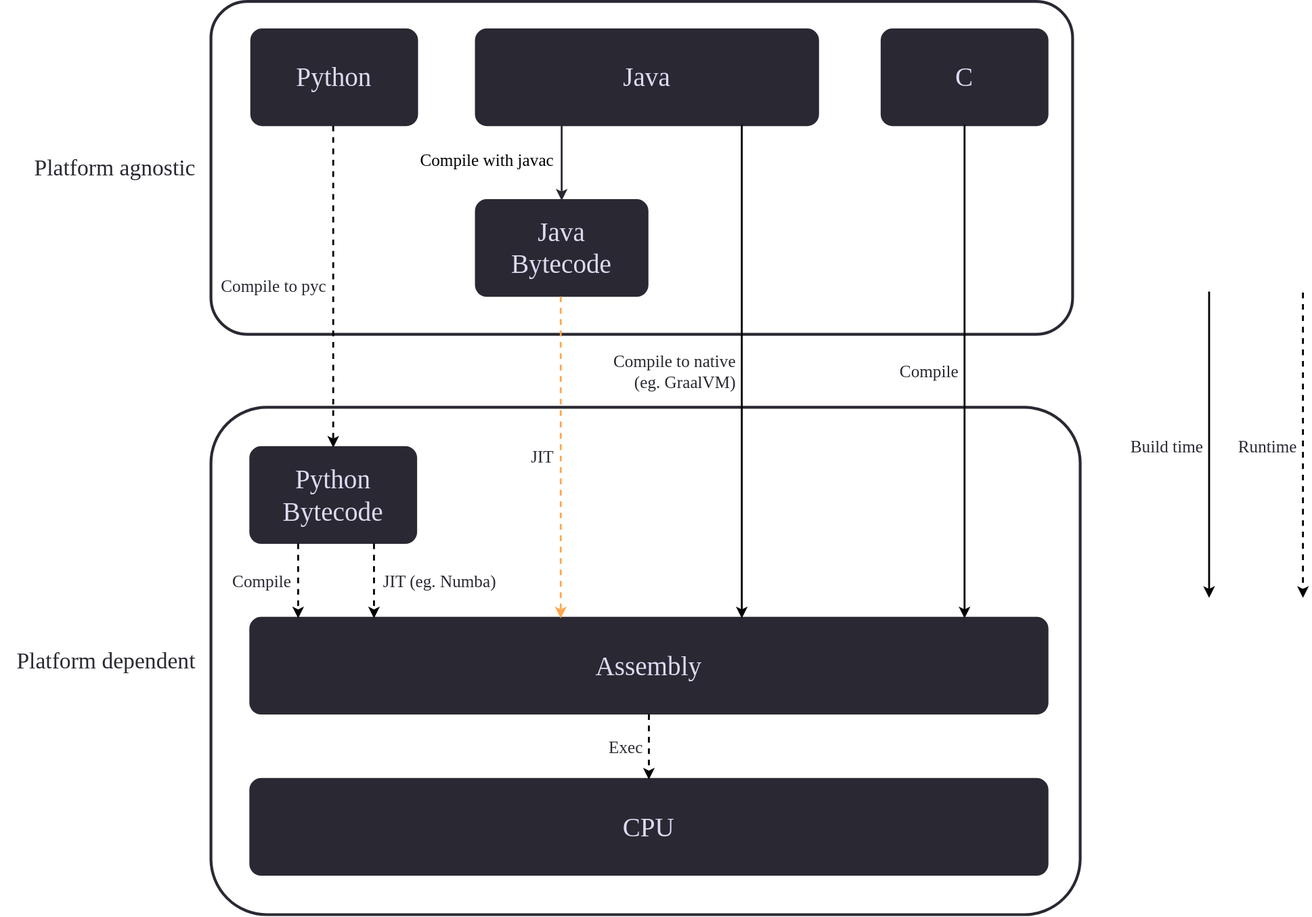
Above: static/images/blog/just-in-time-exec.svg in sysagnostic/website (draw.io), before the change. Source tidied: cells renumbered, new cells last; positions are measured from the earlier drawing's top-left corner, leaving out a move shared by most shapes.
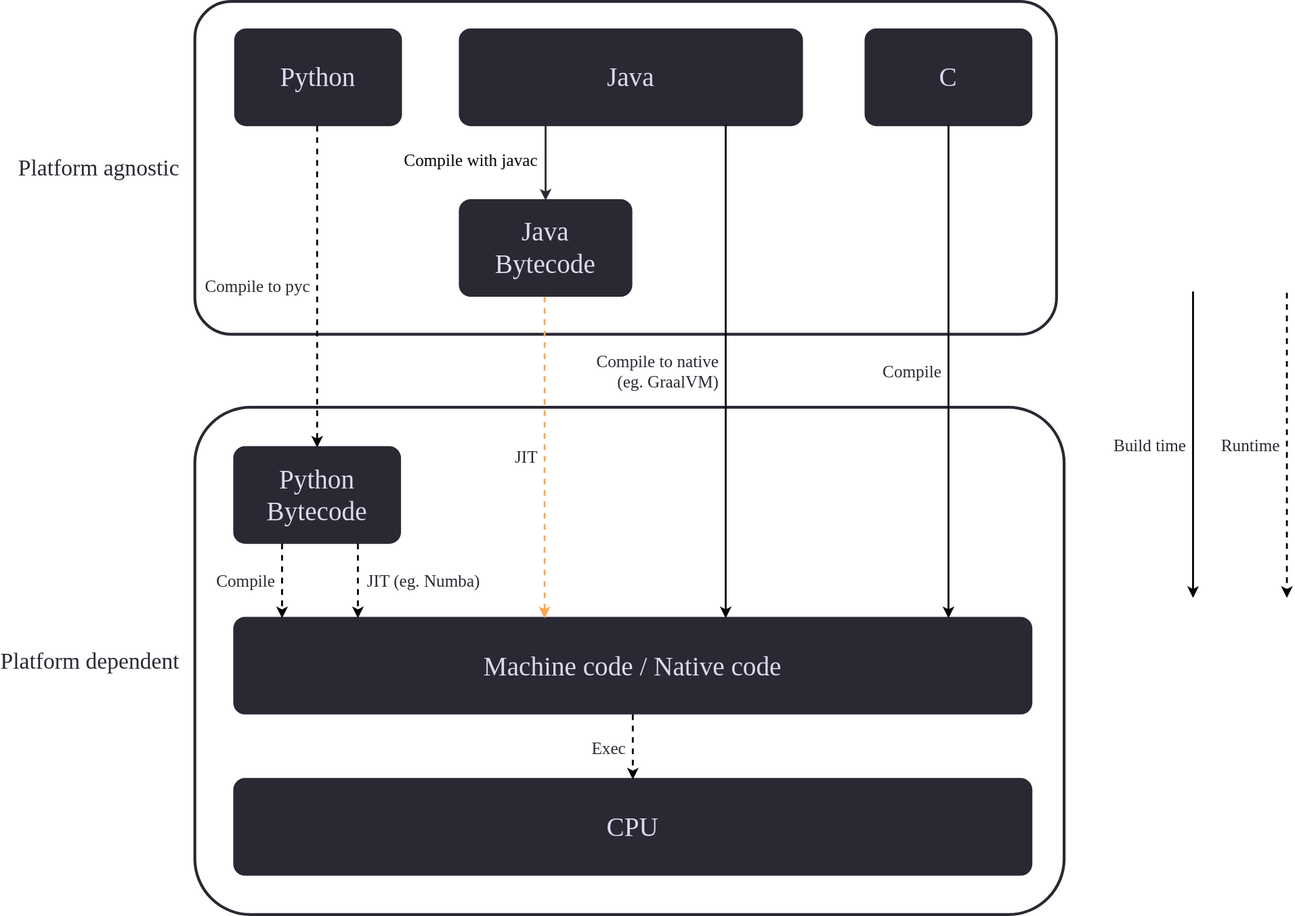
The same file after the commit.

Commit message:
Fix text color

What changed in the source:
```diff
@@ -5,10 +5,10 @@
     <mxCell id="2" value="Platform dependent" style="rounded=1;whiteSpace=wrap;html=1;shadow=0;comic=0;strokeColor=light-dark(#2A2933,#9A8DD9);strokeWidth=3;fillColor=none;fontFamily=Quattrocento Sans;fontSize=24;fontColor=light-dark(#2A2933,#DEDAF2);align=right;arcSize=11;verticalAlign=middle;labelPosition=left;verticalLabelPosition=middle;labelBorderColor=none;horizontal=1;spacing=16;labelBackgroundColor=none;textShadow=0;fontSource=https%3A%2F%2Ffonts.googleapis.com%2Fcss%3Ffamily%3DQuattrocento%2BSans;" parent="1" vertex="1">
       <mxGeometry y="428" width="917" height="535" as="geometry" />
     </mxCell>
-    <mxCell id="3" value="CPU" style="rounded=1;whiteSpace=wrap;html=1;shadow=0;comic=0;strokeColor=light-dark(#2A2933,#9A8DD9);strokeWidth=3;fillColor=light-dark(#2A2933,#DEDAF2);fontFamily=Quattrocento Sans;fontSize=28;fontColor=#DEDAF2;align=center;arcSize=11;verticalAlign=middle;labelPosition=center;verticalLabelPosition=middle;labelBorderColor=none;horizontal=1;spacing=16;labelBackgroundColor=none;textShadow=0;fontSource=https%3A%2F%2Ffonts.googleapis.com%2Fcss%3Ffamily%3DQuattrocento%2BSans;" parent="2" vertex="1">
+    <mxCell id="3" value="CPU" style="rounded=1;whiteSpace=wrap;html=1;shadow=0;comic=0;strokeColor=light-dark(#2A2933,#9A8DD9);strokeWidth=3;fillColor=light-dark(#2A2933,#DEDAF2);fontFamily=Quattrocento Sans;fontSize=28;fontColor=light-dark(#DEDAF2,#2A2933);align=center;arcSize=11;verticalAlign=middle;labelPosition=center;verticalLabelPosition=middle;labelBorderColor=none;horizontal=1;spacing=16;labelBackgroundColor=none;textShadow=0;fontSource=https%3A%2F%2Ffonts.googleapis.com%2Fcss%3Ffamily%3DQuattrocento%2BSans;" parent="2" vertex="1">
       <mxGeometry x="42" y="392.5" width="840" height="100" as="geometry" />
     </mxCell>
-    <mxCell id="4" value="Assembly" style="rounded=1;whiteSpace=wrap;html=1;shadow=0;comic=0;strokeColor=light-dark(#2A2933,#9A8DD9);strokeWidth=3;fillColor=light-dark(#2A2933,#DEDAF2);fontFamily=Quattrocento Sans;fontSize=28;fontColor=#DEDAF2;align=center;arcSize=11;verticalAlign=middle;labelPosition=center;verticalLabelPosition=middle;labelBorderColor=none;horizontal=1;spacing=16;labelBackgroundColor=none;textShadow=0;fontSource=https%3A%2F%2Ffonts.googleapis.com%2Fcss%3Ffamily%3DQuattrocento%2BSans;" parent="2" vertex="1">
+    <mxCell id="4" value="Machine code / Native code" style="rounded=1;whiteSpace=wrap;html=1;shadow=0;comic=0;strokeColor=light-dark(#2A2933,#9A8DD9);strokeWidth=3;fillColor=light-dark(#2A2933,#DEDAF2);fontFamily=Quattrocento Sans;fontSize=28;fontColor=light-dark(#DEDAF2,#2A2933);align=center;arcSize=11;verticalAlign=middle;labelPosition=center;verticalLabelPosition=middle;labelBorderColor=none;horizontal=1;spacing=16;labelBackgroundColor=none;textShadow=0;fontSource=https%3A%2F%2Ffonts.googleapis.com%2Fcss%3Ffamily%3DQuattrocento%2BSans;" parent="2" vertex="1">
       <mxGeometry x="42" y="222.5" width="840" height="100" as="geometry" />
     </mxCell>
     <mxCell id="5" style="edgeStyle=orthogonalEdgeStyle;rounded=0;jettySize=auto;html=1;dashed=1;flowAnimation=1;strokeWidth=2;strokeColor=light-dark(#000000,#DEDAF2);fontFamily=Quattrocento Sans;fontSource=https%3A%2F%2Ffonts.googleapis.com%2Fcss%3Ffamily%3DQuattrocento%2BSans;" parent="2" edge="1" source="4" target="3">
@@ -17,7 +17,7 @@
     <mxCell id="6" value="Exec" style="edgeLabel;html=1;align=right;verticalAlign=middle;labelBackgroundColor=none;labelPosition=left;verticalLabelPosition=middle;fontColor=light-dark(#2A2933,#DEDAF2);fontSize=18;spacing=10;fontFamily=Quattrocento Sans;fontSource=https%3A%2F%2Ffonts.googleapis.com%2Fcss%3Ffamily%3DQuattrocento%2BSans;" parent="5" vertex="1">
       <mxGeometry relative="1" as="geometry" />
     </mxCell>
-    <mxCell id="7" value="Python Bytecode" style="rounded=1;whiteSpace=wrap;html=1;shadow=0;comic=0;strokeColor=light-dark(#2A2933,#9A8DD9);strokeWidth=3;fillColor=light-dark(#2A2933,#DEDAF2);fontFamily=Quattrocento Sans;fontSize=28;fontColor=#DEDAF2;align=center;arcSize=11;verticalAlign=middle;labelPosition=center;verticalLabelPosition=middle;labelBorderColor=none;horizontal=1;spacing=16;labelBackgroundColor=none;textShadow=0;rotation=0;fontSource=https%3A%2F%2Ffonts.googleapis.com%2Fcss%3Ffamily%3DQuattrocento%2BSans;" parent="2" vertex="1">
+    <mxCell id="7" value="Python Bytecode" style="rounded=1;whiteSpace=wrap;html=1;shadow=0;comic=0;strokeColor=light-dark(#2A2933,#9A8DD9);strokeWidth=3;fillColor=light-dark(#2A2933,#DEDAF2);fontFamily=Quattrocento Sans;fontSize=28;fontColor=light-dark(#DEDAF2,#2A2933);align=center;arcSize=11;verticalAlign=middle;labelPosition=center;verticalLabelPosition=middle;labelBorderColor=none;horizontal=1;spacing=16;labelBackgroundColor=none;textShadow=0;rotation=0;fontSource=https%3A%2F%2Ffonts.googleapis.com%2Fcss%3Ffamily%3DQuattrocento%2BSans;" parent="2" vertex="1">
       <mxGeometry x="42" y="42.5" width="174" height="100" as="geometry" />
     </mxCell>
     <mxCell id="8" style="edgeStyle=orthogonalEdgeStyle;rounded=0;jettySize=auto;html=1;flowAnimation=1;dashed=1;fontColor=#DEDAF2;strokeColor=light-dark(#000000,#DEDAF2);strokeWidth=2;fontFamily=Quattrocento Sans;fontSource=https%3A%2F%2Ffonts.googleapis.com%2Fcss%3Ffamily%3DQuattrocento%2BSans;" parent="2" edge="1" source="7" target="4">
@@ -45,13 +45,13 @@
     <mxCell id="12" value="Platform agnostic" style="rounded=1;whiteSpace=wrap;html=1;shadow=0;comic=0;strokeColor=light-dark(#2A2933,#9A8DD9);strokeWidth=3;fillColor=none;fontFamily=Quattrocento Sans;fontSize=24;fontColor=light-dark(#2A2933,#DEDAF2);align=right;arcSize=11;verticalAlign=middle;labelPosition=left;verticalLabelPosition=middle;labelBorderColor=none;horizontal=1;spacing=16;labelBackgroundColor=none;textShadow=0;fontSource=https%3A%2F%2Ffonts.googleapis.com%2Fcss%3Ffamily%3DQuattrocento%2BSans;" parent="1" vertex="1">
       <mxGeometry width="909" height="351" as="geometry" />
     </mxCell>
-    <mxCell id="13" value="Java Bytecode" style="rounded=1;whiteSpace=wrap;html=1;shadow=0;comic=0;strokeColor=light-dark(#2A2933,#9A8DD9);strokeWidth=3;fillColor=light-dark(#2A2933,#DEDAF2);fontFamily=Quattrocento Sans;fontSize=28;fontColor=#DEDAF2;align=center;arcSize=11;verticalAlign=middle;labelPosition=center;verticalLabelPosition=middle;labelBorderColor=none;horizontal=1;spacing=16;labelBackgroundColor=none;textShadow=0;rotation=0;fontSource=https%3A%2F%2Ffonts.googleapis.com%2Fcss%3Ffamily%3DQuattrocento%2BSans;" parent="12" vertex="1">
+    <mxCell id="13" value="Java Bytecode" style="rounded=1;whiteSpace=wrap;html=1;shadow=0;comic=0;strokeColor=light-dark(#2A2933,#9A8DD9);strokeWidth=3;fillColor=light-dark(#2A2933,#DEDAF2);fontFamily=Quattrocento Sans;fontSize=28;fontColor=light-dark(#DEDAF2,#2A2933);align=center;arcSize=11;verticalAlign=middle;labelPosition=center;verticalLabelPosition=middle;labelBorderColor=none;horizontal=1;spacing=16;labelBackgroundColor=none;textShadow=0;rotation=0;fontSource=https%3A%2F%2Ffonts.googleapis.com%2Fcss%3Ffamily%3DQuattrocento%2BSans;" parent="12" vertex="1">
       <mxGeometry x="280" y="210" width="180" height="100" as="geometry" />
     </mxCell>
-    <mxCell id="14" value="Python" style="rounded=1;whiteSpace=wrap;html=1;shadow=0;comic=0;strokeColor=light-dark(#2A2933,#9A8DD9);strokeWidth=3;fillColor=light-dark(#2A2933,#DEDAF2);fontFamily=Quattrocento Sans;fontSize=28;fontColor=#DEDAF2;align=center;arcSize=11;verticalAlign=middle;labelPosition=center;verticalLabelPosition=middle;labelBorderColor=none;horizontal=1;spacing=16;labelBackgroundColor=none;textShadow=0;fontSource=https%3A%2F%2Ffonts.googleapis.com%2Fcss%3Ffamily%3DQuattrocento%2BSans;" parent="12" vertex="1">
+    <mxCell id="14" value="Python" style="rounded=1;whiteSpace=wrap;html=1;shadow=0;comic=0;strokeColor=light-dark(#2A2933,#9A8DD9);strokeWidth=3;fillColor=light-dark(#2A2933,#DEDAF2);fontFamily=Quattrocento Sans;fontSize=28;fontColor=light-dark(#DEDAF2,#2A2933);align=center;arcSize=11;verticalAlign=middle;labelPosition=center;verticalLabelPosition=middle;labelBorderColor=none;horizontal=1;spacing=16;labelBackgroundColor=none;textShadow=0;fontSource=https%3A%2F%2Ffonts.googleapis.com%2Fcss%3Ffamily%3DQuattrocento%2BSans;" parent="12" vertex="1">
       <mxGeometry x="43" y="30" width="174" height="100" as="geometry" />
     </mxCell>
-    <mxCell id="15" value="Java" style="rounded=1;whiteSpace=wrap;html=1;shadow=0;comic=0;strokeColor=light-dark(#2A2933,#9A8DD9);strokeWidth=3;fillColor=light-dark(#2A2933,#DEDAF2);fontFamily=Quattrocento Sans;fontSize=28;fontColor=#DEDAF2;align=center;arcSize=11;verticalAlign=middle;labelPosition=center;verticalLabelPosition=middle;labelBorderColor=none;horizontal=1;spacing=16;labelBackgroundColor=none;textShadow=0;rotation=0;fontSource=https%3A%2F%2Ffonts.googleapis.com%2Fcss%3Ffamily%3DQuattrocento%2BSans;" parent="12" vertex="1">
+    <mxCell id="15" value="Java" style="rounded=1;whiteSpace=wrap;html=1;shadow=0;comic=0;strokeColor=light-dark(#2A2933,#9A8DD9);strokeWidth=3;fillColor=light-dark(#2A2933,#DEDAF2);fontFamily=Quattrocento Sans;fontSize=28;fontColor=light-dark(#DEDAF2,#2A2933);align=center;arcSize=11;verticalAlign=middle;labelPosition=center;verticalLabelPosition=middle;labelBorderColor=none;horizontal=1;spacing=16;labelBackgroundColor=none;textShadow=0;rotation=0;fontSource=https%3A%2F%2Ffonts.googleapis.com%2Fcss%3Ffamily%3DQuattrocento%2BSans;" parent="12" vertex="1">
       <mxGeometry x="280" y="30" width="360" height="100" as="geometry" />
     </mxCell>
     <mxCell id="16" style="edgeStyle=orthogonalEdgeStyle;rounded=0;jettySize=auto;html=1;strokeColor=light-dark(#2A2933,#DEDAF2);strokeWidth=2;fontFamily=Quattrocento Sans;fontSource=https%3A%2F%2Ffonts.googleapis.com%2Fcss%3Ffamily%3DQuattrocento%2BSans;" parent="12" edge="1" source="15" target="13">
@@ -67,7 +67,7 @@
         <mxPoint y="-1" as="offset" />
       </mxGeometry>
     </mxCell>
-    <mxCell id="18" value="C" style="rounded=1;whiteSpace=wrap;html=1;shadow=0;comic=0;strokeColor=light-dark(#2A2933,#9A8DD9);strokeWidth=3;fillColor=light-dark(#2A2933,#DEDAF2);fontFamily=Quattrocento Sans;fontSize=28;fontColor=#DEDAF2;align=center;arcSize=11;verticalAlign=middle;labelPosition=center;verticalLabelPosition=middle;labelBorderColor=none;horizontal=1;spacing=16;labelBackgroundColor=none;textShadow=0;fontSource=https%3A%2F%2Ffonts.googleapis.com%2Fcss%3Ffamily%3DQuattrocento%2BSans;" parent="12" vertex="1">
+    <mxCell id="18" value="C" style="rounded=1;whiteSpace=wrap;html=1;shadow=0;comic=0;strokeColor=light-dark(#2A2933,#9A8DD9);strokeWidth=3;fillColor=light-dark(#2A2933,#DEDAF2);fontFamily=Quattrocento Sans;fontSize=28;fontColor=light-dark(#DEDAF2,#2A2933);align=center;arcSize=11;verticalAlign=middle;labelPosition=center;verticalLabelPosition=middle;labelBorderColor=none;horizontal=1;spacing=16;labelBackgroundColor=none;textShadow=0;fontSource=https%3A%2F%2Ffonts.googleapis.com%2Fcss%3Ffamily%3DQuattrocento%2BSans;" parent="12" vertex="1">
       <mxGeometry x="708" y="30" width="174" height="100" as="geometry" />
     </mxCell>
     <mxCell id="19" style="edgeStyle=orthogonalEdgeStyle;rounded=0;jettySize=auto;html=1;strokeColor=light-dark(#000000,#DEDAF2);strokeWidth=2;fontFamily=Quattrocento Sans;fontSource=https%3A%2F%2Ffonts.googleapis.com%2Fcss%3Ffamily%3DQuattrocento%2BSans;" parent="1" edge="1" source="15" target="4">
```
